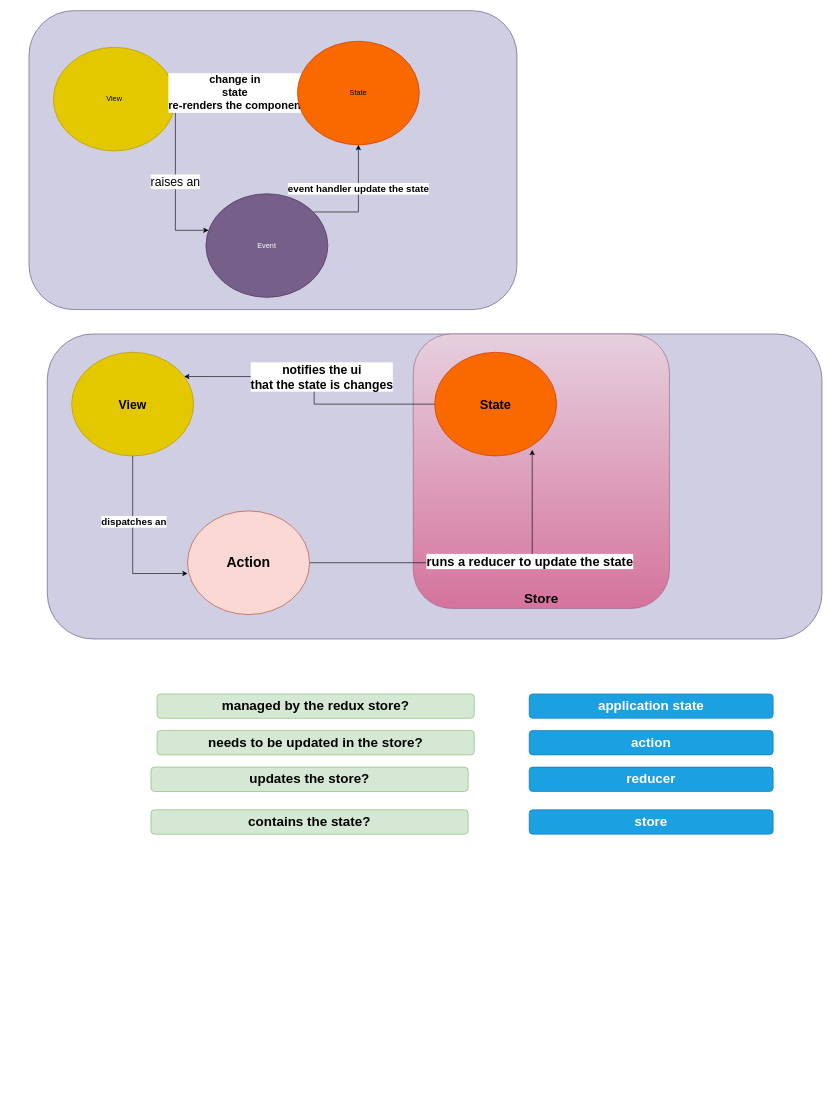
This is page "Redux" (2 of 2) of LABS/lab-dashboard.drawio from ACY3MA2023/AMDGIT, a draw.io file, before an edit. Source tidied: cells renumbered, new cells numbered last; positions are measured from the earlier drawing's top-left corner, leaving out a move shared by most shapes. Both pictures are drawn from the tidied source at 61%, with x=0, y=0 at pixel (29, 10).
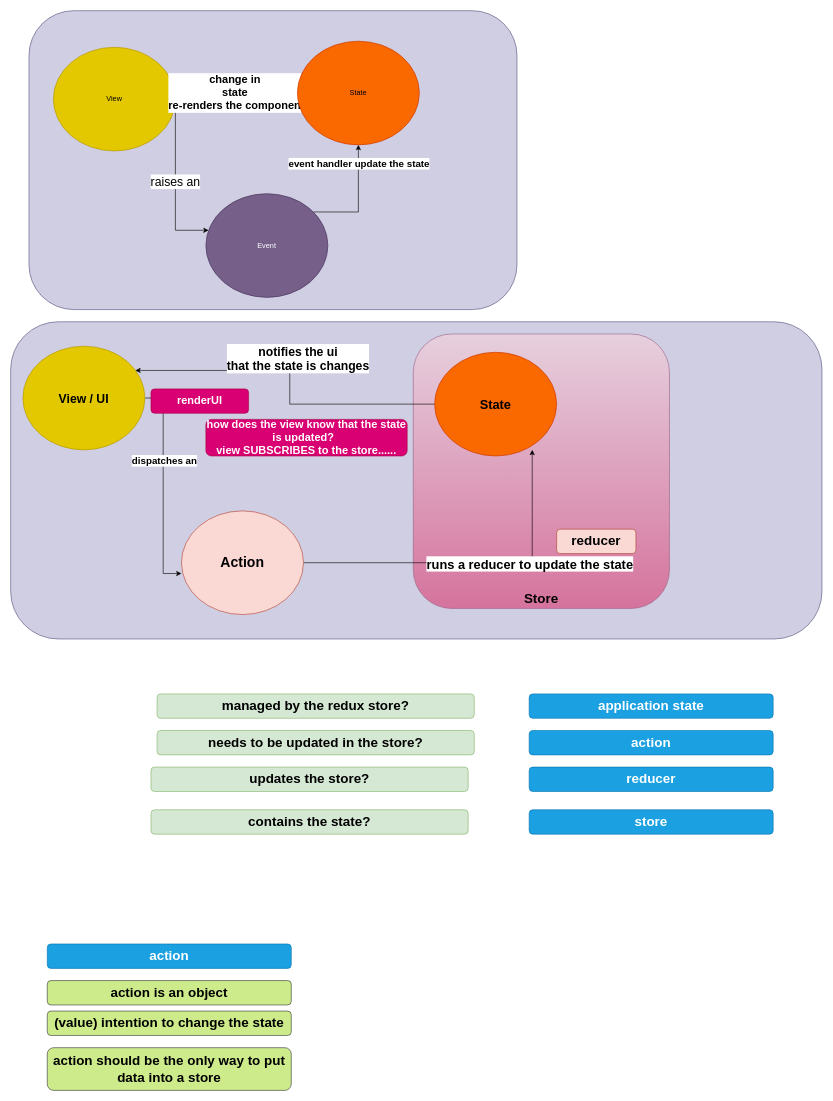
After the change.

Unchanged cells that the change refers to:
```xml
<mxCell id="8" style="edgeStyle=orthogonalEdgeStyle;rounded=0;jettySize=auto;html=1;entryX=0.922;entryY=0.234;entryDx=0;entryDy=0;entryPerimeter=0;fontSize=20;" parent="1" edge="1" source="10" target="7">
  <mxGeometry relative="1" as="geometry" />
</mxCell>
<mxCell id="18" style="edgeStyle=orthogonalEdgeStyle;rounded=0;jettySize=auto;html=1;" parent="1" edge="1" source="20" target="17">
  <mxGeometry relative="1" as="geometry">
    <Array as="points">
      <mxPoint x="540" y="330" />
    </Array>
  </mxGeometry>
</mxCell>
```

Diff of the diagram source:
```diff
@@
     <mxCell id="2" style="rounded=1;whiteSpace=wrap;html=1;fillColor=#d0cee2;strokeColor=#56517e;verticalAlign=bottom;fontSize=20;" parent="1" vertex="1">
-      <mxGeometry x="30" y="530" width="1270" height="500" as="geometry" />
+      <mxGeometry x="-30" y="510" width="1330" height="520" as="geometry" />
     </mxCell>
@@
-    <mxCell id="7" value="View" style="ellipse;whiteSpace=wrap;html=1;verticalAlign=middle;fillColor=#e3c800;strokeColor=#B09500;fontColor=#000000;fontSize=20;fontStyle=1;" parent="1" vertex="1">
-      <mxGeometry x="70" y="560" width="200" height="170" as="geometry" />
+    <mxCell id="7" value="View / UI" style="ellipse;whiteSpace=wrap;html=1;verticalAlign=middle;fillColor=#e3c800;strokeColor=#B09500;fontColor=#000000;fontSize=20;fontStyle=1;" parent="1" vertex="1">
+      <mxGeometry x="-10" y="550" width="200" height="170" as="geometry" />
     </mxCell>
@@
     <mxCell id="9" value="notifies the ui&lt;br&gt;that the state is changes" style="edgeLabel;html=1;align=center;verticalAlign=middle;fontSize=20;fontStyle=1;" parent="8" vertex="1">
       <mxGeometry x="0.15" relative="1" as="geometry">
-        <mxPoint x="31" as="offset" />
+        <mxPoint x="34" y="-20" as="offset" />
       </mxGeometry>
     </mxCell>
@@
     <mxCell id="13" value="Action" style="ellipse;whiteSpace=wrap;html=1;verticalAlign=middle;fillColor=#fad9d5;strokeColor=#ae4132;fontSize=23;fontStyle=1;" parent="1" vertex="1">
-      <mxGeometry x="260" y="820" width="200" height="170" as="geometry" />
+      <mxGeometry x="250" y="820" width="200" height="170" as="geometry" />
     </mxCell>
@@
     <mxCell id="19" value="event handler update the state" style="edgeLabel;html=1;align=center;verticalAlign=middle;fontStyle=1;fontSize=16;" parent="18" vertex="1">
-      <mxGeometry x="0.22" y="1" relative="1" as="geometry" />
+      <mxGeometry x="0.22" y="1" relative="1" as="geometry">
+        <mxPoint x="1" y="-41" as="offset" />
+      </mxGeometry>
     </mxCell>
@@
+    <mxCell id="29" value="action" style="rounded=1;whiteSpace=wrap;html=1;fillColor=#1ba1e2;strokeColor=#006EAF;fontStyle=1;fontSize=22;fontColor=#ffffff;" parent="1" vertex="1">
+      <mxGeometry x="30" y="1530" width="400" height="40" as="geometry" />
+    </mxCell>
+    <mxCell id="30" value="action is an object" style="rounded=1;whiteSpace=wrap;html=1;fillColor=#cdeb8b;strokeColor=#36393d;fontStyle=1;fontSize=22;" parent="1" vertex="1">
+      <mxGeometry x="30" y="1590" width="400" height="40" as="geometry" />
+    </mxCell>
+    <mxCell id="31" value="(value) intention to change the state" style="rounded=1;whiteSpace=wrap;html=1;fillColor=#cdeb8b;strokeColor=#36393d;fontStyle=1;fontSize=22;" parent="1" vertex="1">
+      <mxGeometry x="30" y="1640" width="400" height="40" as="geometry" />
+    </mxCell>
+    <mxCell id="32" value="action should be the only way to put data into a store" style="rounded=1;whiteSpace=wrap;html=1;fillColor=#cdeb8b;strokeColor=#36393d;fontStyle=1;fontSize=22;" parent="1" vertex="1">
+      <mxGeometry x="30" y="1700" width="400" height="70" as="geometry" />
+    </mxCell>
+    <mxCell id="33" value="reducer" style="rounded=1;whiteSpace=wrap;html=1;fillColor=#fad9d5;strokeColor=#ae4132;fontStyle=1;verticalAlign=middle;fontSize=22;" parent="1" vertex="1">
+      <mxGeometry x="865" y="850" width="130" height="40" as="geometry" />
+    </mxCell>
+    <mxCell id="34" value="how does the view know that the state is updated?&amp;nbsp;&amp;nbsp;&lt;br&gt;view SUBSCRIBES to the store......" style="rounded=1;whiteSpace=wrap;html=1;fillColor=#d80073;strokeColor=#A50040;fontStyle=1;verticalAlign=middle;fontSize=18;fontColor=#ffffff;" parent="1" vertex="1">
+      <mxGeometry x="290" y="670" width="330" height="60" as="geometry" />
+    </mxCell>
+    <mxCell id="35" value="renderUI" style="rounded=1;whiteSpace=wrap;html=1;fillColor=#d80073;strokeColor=#A50040;fontStyle=1;verticalAlign=middle;fontSize=18;fontColor=#ffffff;" parent="1" vertex="1">
+      <mxGeometry x="200" y="620" width="160" height="40" as="geometry" />
+    </mxCell>
```
